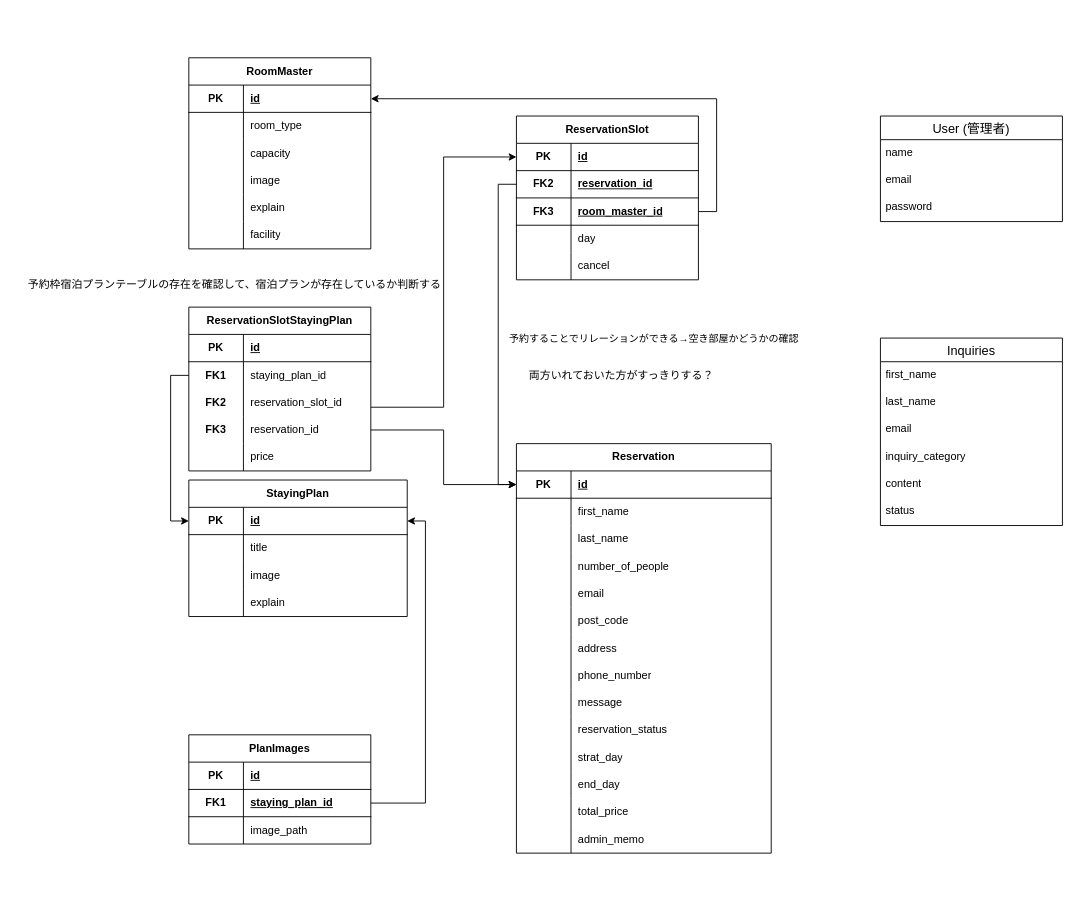
your-school/reserve keeps this draw.io diagram as ER図.drawio. Above is the earlier version. Source tidied: cells renumbered, new cells numbered last; positions are measured from the earlier drawing's top-left corner, leaving out a move shared by most shapes. Both pictures are drawn from the tidied source at 91%, with x=0, y=0 at pixel (15, 57).
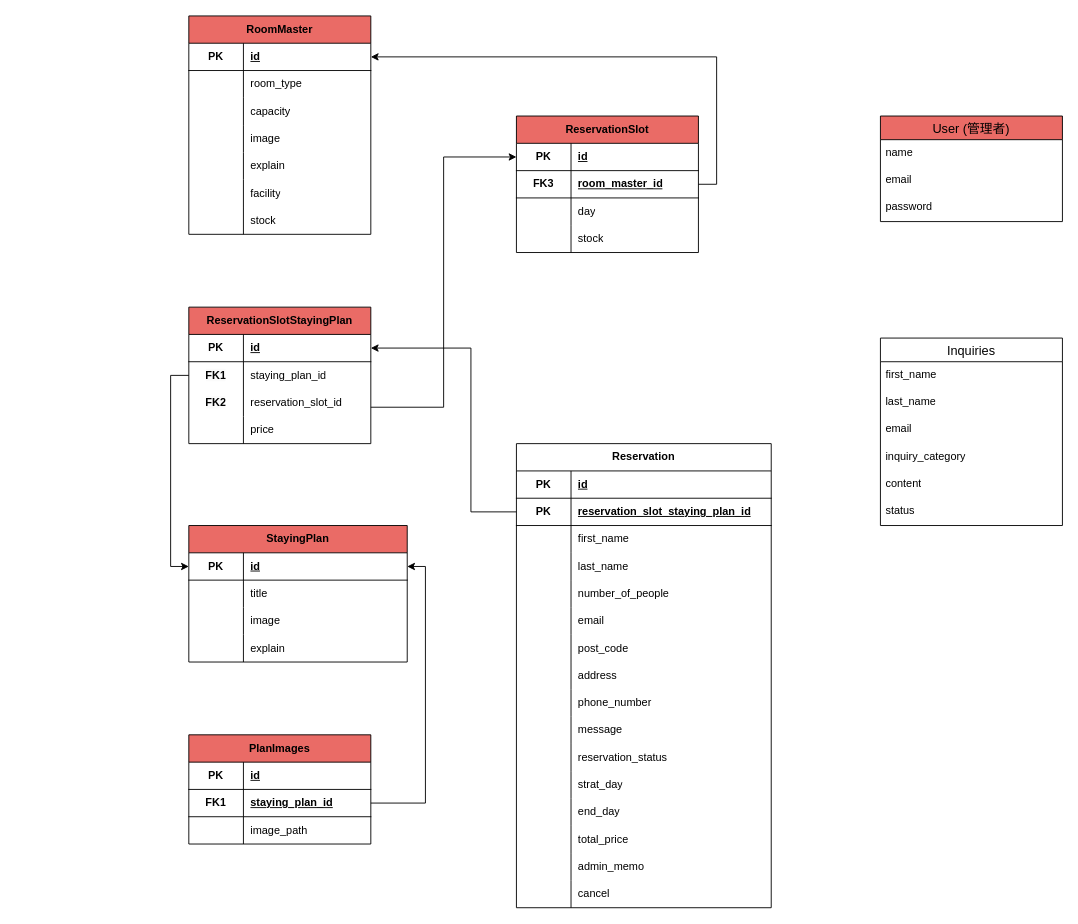
After the change.

Commit message:
ER図.drawio を更新します

The change refers to these unchanged cells:
```xml
<mxCell id="3" style="shape=tableRow;horizontal=0;startSize=0;swimlaneHead=0;swimlaneBody=0;fillColor=none;points=[[0,0.5],[1,0.5]];portConstraint=eastwest;top=0;left=0;right=0;bottom=1;html=1;" parent="2" vertex="1">
  <mxGeometry y="30" width="280" height="30" as="geometry" />
</mxCell>
<mxCell id="88" style="shape=tableRow;horizontal=0;startSize=0;swimlaneHead=0;swimlaneBody=0;fillColor=none;points=[[0,0.5],[1,0.5]];portConstraint=eastwest;top=0;left=0;right=0;bottom=1;html=1;" parent="87" vertex="1">
  <mxGeometry y="30" width="200" height="30" as="geometry" />
</mxCell>
```

The edit, as a diff of the source:
```diff
@@
     <mxCell id="2" value="Reservation" style="shape=table;startSize=30;childLayout=tableLayout;rowLines=0;fontStyle=1;align=center;html=1;whiteSpace=wrap;" parent="1" vertex="1">
-      <mxGeometry x="550" y="424" width="280" height="450" as="geometry" />
+      <mxGeometry x="550" y="424" width="280" height="510" as="geometry" />
     </mxCell>
@@
+    <mxCell id="139" style="shape=tableRow;horizontal=0;startSize=0;swimlaneHead=0;swimlaneBody=0;fillColor=none;points=[[0,0.5],[1,0.5]];portConstraint=eastwest;top=0;left=0;right=0;bottom=1;html=1;" parent="2" vertex="1">
+      <mxGeometry y="60" width="280" height="30" as="geometry" />
+    </mxCell>
+    <mxCell id="140" value="PK" style="shape=partialRectangle;fillColor=none;top=0;left=0;bottom=0;right=0;fontStyle=1;overflow=hidden;html=1;whiteSpace=wrap;" parent="139" vertex="1">
+      <mxGeometry width="60" height="30" as="geometry" />
+    </mxCell>
+    <mxCell id="141" value="reservation_slot_staying_plan_id" style="shape=partialRectangle;fillColor=none;top=0;left=0;bottom=0;right=0;align=left;spacingLeft=6;fontStyle=5;overflow=hidden;html=1;whiteSpace=wrap;" parent="139" vertex="1">
+      <mxGeometry x="60" width="220" height="30" as="geometry" />
+    </mxCell>
     <mxCell id="6" style="shape=tableRow;horizontal=0;startSize=0;swimlaneHead=0;swimlaneBody=0;fillColor=none;top=0;left=0;right=0;bottom=0;html=1;" parent="2" vertex="1">
-      <mxGeometry y="60" width="280" height="30" as="geometry" />
+      <mxGeometry y="90" width="280" height="30" as="geometry" />
     </mxCell>
@@
     <mxCell id="9" style="shape=tableRow;horizontal=0;startSize=0;swimlaneHead=0;swimlaneBody=0;fillColor=none;top=0;left=0;right=0;bottom=0;html=1;" parent="2" vertex="1">
-      <mxGeometry y="90" width="280" height="30" as="geometry" />
+      <mxGeometry y="120" width="280" height="30" as="geometry" />
     </mxCell>
@@
     <mxCell id="12" style="shape=tableRow;horizontal=0;startSize=0;swimlaneHead=0;swimlaneBody=0;fillColor=none;top=0;left=0;right=0;bottom=0;html=1;" parent="2" vertex="1">
-      <mxGeometry y="120" width="280" height="30" as="geometry" />
+      <mxGeometry y="150" width="280" height="30" as="geometry" />
     </mxCell>
@@
     <mxCell id="15" style="shape=tableRow;horizontal=0;startSize=0;swimlaneHead=0;swimlaneBody=0;fillColor=none;top=0;left=0;right=0;bottom=0;html=1;" parent="2" vertex="1">
-      <mxGeometry y="150" width="280" height="30" as="geometry" />
+      <mxGeometry y="180" width="280" height="30" as="geometry" />
     </mxCell>
@@
     <mxCell id="18" style="shape=tableRow;horizontal=0;startSize=0;swimlaneHead=0;swimlaneBody=0;fillColor=none;top=0;left=0;right=0;bottom=0;html=1;" parent="2" vertex="1">
-      <mxGeometry y="180" width="280" height="30" as="geometry" />
+      <mxGeometry y="210" width="280" height="30" as="geometry" />
     </mxCell>
@@
     <mxCell id="21" style="shape=tableRow;horizontal=0;startSize=0;swimlaneHead=0;swimlaneBody=0;fillColor=none;top=0;left=0;right=0;bottom=0;html=1;" parent="2" vertex="1">
-      <mxGeometry y="210" width="280" height="30" as="geometry" />
+      <mxGeometry y="240" width="280" height="30" as="geometry" />
     </mxCell>
@@
     <mxCell id="24" style="shape=tableRow;horizontal=0;startSize=0;swimlaneHead=0;swimlaneBody=0;fillColor=none;top=0;left=0;right=0;bottom=0;html=1;" parent="2" vertex="1">
-      <mxGeometry y="240" width="280" height="30" as="geometry" />
+      <mxGeometry y="270" width="280" height="30" as="geometry" />
     </mxCell>
@@
     <mxCell id="27" style="shape=tableRow;horizontal=0;startSize=0;swimlaneHead=0;swimlaneBody=0;fillColor=none;top=0;left=0;right=0;bottom=0;html=1;" parent="2" vertex="1">
-      <mxGeometry y="270" width="280" height="30" as="geometry" />
+      <mxGeometry y="300" width="280" height="30" as="geometry" />
     </mxCell>
@@
     <mxCell id="30" style="shape=tableRow;horizontal=0;startSize=0;swimlaneHead=0;swimlaneBody=0;fillColor=none;top=0;left=0;right=0;bottom=0;html=1;" parent="2" vertex="1">
-      <mxGeometry y="300" width="280" height="30" as="geometry" />
+      <mxGeometry y="330" width="280" height="30" as="geometry" />
     </mxCell>
@@
     <mxCell id="33" style="shape=tableRow;horizontal=0;startSize=0;swimlaneHead=0;swimlaneBody=0;fillColor=none;top=0;left=0;right=0;bottom=0;html=1;" parent="2" vertex="1">
-      <mxGeometry y="330" width="280" height="30" as="geometry" />
+      <mxGeometry y="360" width="280" height="30" as="geometry" />
     </mxCell>
@@
     <mxCell id="36" style="shape=tableRow;horizontal=0;startSize=0;swimlaneHead=0;swimlaneBody=0;fillColor=none;top=0;left=0;right=0;bottom=0;html=1;" parent="2" vertex="1">
-      <mxGeometry y="360" width="280" height="30" as="geometry" />
+      <mxGeometry y="390" width="280" height="30" as="geometry" />
     </mxCell>
@@
     <mxCell id="39" style="shape=tableRow;horizontal=0;startSize=0;swimlaneHead=0;swimlaneBody=0;fillColor=none;top=0;left=0;right=0;bottom=0;html=1;" parent="2" vertex="1">
-      <mxGeometry y="390" width="280" height="30" as="geometry" />
+      <mxGeometry y="420" width="280" height="30" as="geometry" />
     </mxCell>
@@
     <mxCell id="42" style="shape=tableRow;horizontal=0;startSize=0;swimlaneHead=0;swimlaneBody=0;fillColor=none;top=0;left=0;right=0;bottom=0;html=1;" parent="2" vertex="1">
-      <mxGeometry y="420" width="280" height="30" as="geometry" />
+      <mxGeometry y="450" width="280" height="30" as="geometry" />
     </mxCell>
@@
+    <mxCell id="142" style="shape=tableRow;horizontal=0;startSize=0;swimlaneHead=0;swimlaneBody=0;fillColor=none;top=0;left=0;right=0;bottom=0;html=1;" parent="2" vertex="1">
+      <mxGeometry y="480" width="280" height="30" as="geometry" />
+    </mxCell>
+    <mxCell id="143" style="shape=partialRectangle;fillColor=none;top=0;left=0;bottom=0;right=0;overflow=hidden;html=1;whiteSpace=wrap;" parent="142" vertex="1">
+      <mxGeometry width="60" height="30" as="geometry" />
+    </mxCell>
+    <mxCell id="144" value="cancel" style="shape=partialRectangle;fillColor=none;top=0;left=0;bottom=0;right=0;align=left;spacingLeft=6;overflow=hidden;html=1;whiteSpace=wrap;" parent="142" vertex="1">
+      <mxGeometry x="60" width="220" height="30" as="geometry" />
+    </mxCell>
-    <mxCell id="45" value="StayingPlan" style="shape=table;startSize=30;childLayout=tableLayout;rowLines=0;fontStyle=1;align=center;html=1;whiteSpace=wrap;" parent="1" vertex="1">
-      <mxGeometry x="190" y="464" width="240" height="150" as="geometry" />
+    <mxCell id="45" value="StayingPlan" style="shape=table;startSize=30;childLayout=tableLayout;rowLines=0;fontStyle=1;align=center;html=1;whiteSpace=wrap;fillColor=#EA6B66;" parent="1" vertex="1">
+      <mxGeometry x="190" y="514" width="240" height="150" as="geometry" />
     </mxCell>
@@
-    <mxCell id="58" value="ReservationSlot" style="shape=table;startSize=30;childLayout=tableLayout;rowLines=0;fontStyle=1;align=center;html=1;whiteSpace=wrap;" parent="1" vertex="1">
-      <mxGeometry x="550" y="64" width="200" height="180" as="geometry" />
+    <mxCell id="58" value="ReservationSlot" style="shape=table;startSize=30;childLayout=tableLayout;rowLines=0;fontStyle=1;align=center;html=1;whiteSpace=wrap;fillColor=#EA6B66;" parent="1" vertex="1">
+      <mxGeometry x="550" y="64" width="200" height="150" as="geometry" />
     </mxCell>
@@
-    <mxCell id="62" style="shape=tableRow;horizontal=0;startSize=0;swimlaneHead=0;swimlaneBody=0;fillColor=none;points=[[0,0.5],[1,0.5]];portConstraint=eastwest;top=0;left=0;right=0;bottom=1;html=1;" parent="58" vertex="1">
-      <mxGeometry y="60" width="200" height="30" as="geometry" />
-    </mxCell>
-    <mxCell id="63" value="FK2" style="shape=partialRectangle;fillColor=none;top=0;left=0;bottom=0;right=0;fontStyle=1;overflow=hidden;html=1;whiteSpace=wrap;" parent="62" vertex="1">
-      <mxGeometry width="60" height="30" as="geometry" />
-    </mxCell>
-    <mxCell id="64" value="reservation_id" style="shape=partialRectangle;fillColor=none;top=0;left=0;bottom=0;right=0;align=left;spacingLeft=6;fontStyle=5;overflow=hidden;html=1;whiteSpace=wrap;" parent="62" vertex="1">
-      <mxGeometry x="60" width="140" height="30" as="geometry" />
-    </mxCell>
     <mxCell id="65" style="shape=tableRow;horizontal=0;startSize=0;swimlaneHead=0;swimlaneBody=0;fillColor=none;points=[[0,0.5],[1,0.5]];portConstraint=eastwest;top=0;left=0;right=0;bottom=1;html=1;" parent="58" vertex="1">
-      <mxGeometry y="90" width="200" height="30" as="geometry" />
+      <mxGeometry y="60" width="200" height="30" as="geometry" />
     </mxCell>
@@
     <mxCell id="68" style="shape=tableRow;horizontal=0;startSize=0;swimlaneHead=0;swimlaneBody=0;fillColor=none;top=0;left=0;right=0;bottom=0;html=1;" parent="58" vertex="1">
-      <mxGeometry y="120" width="200" height="30" as="geometry" />
+      <mxGeometry y="90" width="200" height="30" as="geometry" />
     </mxCell>
@@
     <mxCell id="71" style="shape=tableRow;horizontal=0;startSize=0;swimlaneHead=0;swimlaneBody=0;fillColor=none;top=0;left=0;right=0;bottom=0;html=1;" parent="58" vertex="1">
-      <mxGeometry y="150" width="200" height="30" as="geometry" />
+      <mxGeometry y="120" width="200" height="30" as="geometry" />
     </mxCell>
@@
-    <mxCell id="73" value="cancel" style="shape=partialRectangle;fillColor=none;top=0;left=0;bottom=0;right=0;align=left;spacingLeft=6;overflow=hidden;html=1;whiteSpace=wrap;" parent="71" vertex="1">
+    <mxCell id="73" value="stock" style="shape=partialRectangle;fillColor=none;top=0;left=0;bottom=0;right=0;align=left;spacingLeft=6;overflow=hidden;html=1;whiteSpace=wrap;" parent="71" vertex="1">
       <mxGeometry x="60" width="140" height="30" as="geometry" />
     </mxCell>
@@
-    <mxCell id="81" value="User (管理者)" style="swimlane;fontStyle=0;horizontal=1;startSize=26;align=center;fontSize=14;" parent="1" vertex="1">
-      <mxGeometry x="950" y="64" width="200" height="116" as="geometry" />
-    </mxCell>
-    <mxCell id="82" value="name" style="text;strokeColor=none;fillColor=none;spacingLeft=4;spacingRight=4;overflow=hidden;fontSize=12;whiteSpace=wrap;html=1;" parent="81" vertex="1">
-      <mxGeometry y="26" width="200" height="30" as="geometry" />
-    </mxCell>
-    <mxCell id="83" value="email" style="text;strokeColor=none;fillColor=none;spacingLeft=4;spacingRight=4;overflow=hidden;fontSize=12;whiteSpace=wrap;html=1;" parent="81" vertex="1">
-      <mxGeometry y="56" width="200" height="30" as="geometry" />
-    </mxCell>
-    <mxCell id="84" value="password" style="text;strokeColor=none;fillColor=none;spacingLeft=4;spacingRight=4;overflow=hidden;fontSize=12;whiteSpace=wrap;html=1;" parent="81" vertex="1">
-      <mxGeometry y="86" width="200" height="30" as="geometry" />
-    </mxCell>
-    <mxCell id="85" style="edgeStyle=orthogonalEdgeStyle;rounded=0;jettySize=auto;html=1;exitX=0;exitY=0.5;exitDx=0;exitDy=0;entryX=0;entryY=0.5;entryDx=0;entryDy=0;" parent="1" edge="1" source="62" target="3">
-      <mxGeometry relative="1" as="geometry" />
-    </mxCell>
-    <mxCell id="86" value="予約することでリレーションができる→空き部屋かどうかの確認" style="edgeLabel;html=1;align=center;verticalAlign=middle;" parent="85" vertex="1">
-      <mxGeometry x="0.23" y="-1" relative="1" as="geometry">
-        <mxPoint x="171" y="-39" as="offset" />
-      </mxGeometry>
-    </mxCell>
-    <mxCell id="87" value="ReservationSlotStayingPlan" style="shape=table;startSize=30;childLayout=tableLayout;rowLines=0;fontStyle=1;align=center;html=1;whiteSpace=wrap;" parent="1" vertex="1">
-      <mxGeometry x="190" y="274" width="200" height="180" as="geometry" />
+    <mxCell id="87" value="ReservationSlotStayingPlan" style="shape=table;startSize=30;childLayout=tableLayout;rowLines=0;fontStyle=1;align=center;html=1;whiteSpace=wrap;fillColor=#EA6B66;" parent="1" vertex="1">
+      <mxGeometry x="190" y="274" width="200" height="150" as="geometry" />
     </mxCell>
@@
-    <mxCell id="97" style="shape=tableRow;horizontal=0;startSize=0;swimlaneHead=0;swimlaneBody=0;fillColor=none;points=[[0,0.5],[1,0.5]];portConstraint=eastwest;top=0;left=0;right=0;bottom=0;html=1;" parent="87" vertex="1">
-      <mxGeometry y="120" width="200" height="30" as="geometry" />
-    </mxCell>
-    <mxCell id="98" value="&lt;span style=&quot;color: rgb(0, 0, 0); font-family: Helvetica; font-size: 12px; font-style: normal; font-variant-ligatures: normal; font-variant-caps: normal; font-weight: 700; letter-spacing: normal; orphans: 2; text-align: center; text-indent: 0px; text-transform: none; widows: 2; word-spacing: 0px; -webkit-text-stroke-width: 0px; background-color: rgb(251, 251, 251); text-decoration-thickness: initial; text-decoration-style: initial; text-decoration-color: initial; float: none; display: inline !important;&quot;&gt;FK3&lt;/span&gt;" style="shape=partialRectangle;fillColor=none;top=0;left=0;bottom=0;right=0;overflow=hidden;html=1;whiteSpace=wrap;" parent="97" vertex="1">
-      <mxGeometry width="60" height="30" as="geometry" />
-    </mxCell>
-    <mxCell id="99" value="reservation_id" style="shape=partialRectangle;fillColor=none;top=0;left=0;bottom=0;right=0;align=left;spacingLeft=6;overflow=hidden;html=1;whiteSpace=wrap;" parent="97" vertex="1">
-      <mxGeometry x="60" width="140" height="30" as="geometry" />
-    </mxCell>
     <mxCell id="100" style="shape=tableRow;horizontal=0;startSize=0;swimlaneHead=0;swimlaneBody=0;fillColor=none;top=0;left=0;right=0;bottom=0;html=1;" parent="87" vertex="1">
-      <mxGeometry y="150" width="200" height="30" as="geometry" />
+      <mxGeometry y="120" width="200" height="30" as="geometry" />
     </mxCell>
@@
-    <mxCell id="103" value="RoomMaster" style="shape=table;startSize=30;childLayout=tableLayout;rowLines=0;fontStyle=1;align=center;html=1;whiteSpace=wrap;" parent="1" vertex="1">
-      <mxGeometry x="190" width="200" height="210" as="geometry" />
+    <mxCell id="103" value="RoomMaster" style="shape=table;startSize=30;childLayout=tableLayout;rowLines=0;fontStyle=1;align=center;html=1;whiteSpace=wrap;fillColor=#EA6B66;" parent="1" vertex="1">
+      <mxGeometry x="190" y="-46" width="200" height="240" as="geometry" />
     </mxCell>
@@
+    <mxCell id="145" style="shape=tableRow;horizontal=0;startSize=0;swimlaneHead=0;swimlaneBody=0;fillColor=none;top=0;left=0;right=0;bottom=0;html=1;" parent="103" vertex="1">
+      <mxGeometry y="180" width="200" height="30" as="geometry" />
+    </mxCell>
+    <mxCell id="146" style="shape=partialRectangle;fillColor=none;top=0;left=0;bottom=0;right=0;overflow=hidden;html=1;whiteSpace=wrap;" parent="145" vertex="1">
+      <mxGeometry width="60" height="30" as="geometry" />
+    </mxCell>
+    <mxCell id="147" value="facility" style="shape=partialRectangle;fillColor=none;top=0;left=0;bottom=0;right=0;align=left;spacingLeft=6;overflow=hidden;html=1;whiteSpace=wrap;" parent="145" vertex="1">
+      <mxGeometry x="60" width="140" height="30" as="geometry" />
+    </mxCell>
     <mxCell id="119" style="shape=tableRow;horizontal=0;startSize=0;swimlaneHead=0;swimlaneBody=0;fillColor=none;top=0;left=0;right=0;bottom=0;html=1;" parent="103" vertex="1">
-      <mxGeometry y="180" width="200" height="30" as="geometry" />
+      <mxGeometry y="210" width="200" height="30" as="geometry" />
     </mxCell>
@@
-    <mxCell id="121" value="facility" style="shape=partialRectangle;fillColor=none;top=0;left=0;bottom=0;right=0;align=left;spacingLeft=6;overflow=hidden;html=1;whiteSpace=wrap;" parent="119" vertex="1">
+    <mxCell id="121" value="stock" style="shape=partialRectangle;fillColor=none;top=0;left=0;bottom=0;right=0;align=left;spacingLeft=6;overflow=hidden;html=1;whiteSpace=wrap;" parent="119" vertex="1">
       <mxGeometry x="60" width="140" height="30" as="geometry" />
     </mxCell>
-    <mxCell id="122" value="PlanImages" style="shape=table;startSize=30;childLayout=tableLayout;rowLines=0;fontStyle=1;align=center;html=1;whiteSpace=wrap;" parent="1" vertex="1">
+    <mxCell id="122" value="PlanImages" style="shape=table;startSize=30;childLayout=tableLayout;rowLines=0;fontStyle=1;align=center;html=1;whiteSpace=wrap;fillColor=#EA6B66;" parent="1" vertex="1">
       <mxGeometry x="190" y="744" width="200" height="120" as="geometry" />
     </mxCell>
@@
-    <mxCell id="134" value="予約枠宿泊プランテーブルの存在を確認して、宿泊プランが存在しているか判断する" style="text;html=1;align=center;verticalAlign=middle;strokeColor=none;fillColor=none;" parent="1" vertex="1">
-      <mxGeometry y="234" width="480" height="30" as="geometry" />
-    </mxCell>
@@
-    <mxCell id="137" style="edgeStyle=orthogonalEdgeStyle;rounded=0;jettySize=auto;html=1;exitX=1;exitY=0.5;exitDx=0;exitDy=0;entryX=0;entryY=0.5;entryDx=0;entryDy=0;" parent="1" edge="1" source="97" target="3">
-      <mxGeometry relative="1" as="geometry" />
-    </mxCell>
-    <mxCell id="138" value="両方いれておいた方がすっきりする？" style="text;html=1;align=center;verticalAlign=middle;strokeColor=none;fillColor=none;" parent="1" vertex="1">
-      <mxGeometry x="550" y="334" width="230" height="30" as="geometry" />
-    </mxCell>
+    <mxCell id="148" style="edgeStyle=orthogonalEdgeStyle;rounded=0;jettySize=auto;html=1;exitX=0;exitY=0.5;exitDx=0;exitDy=0;entryX=1;entryY=0.5;entryDx=0;entryDy=0;" parent="1" edge="1" source="139" target="88">
+      <mxGeometry relative="1" as="geometry">
+        <Array as="points">
+          <mxPoint x="500" y="499" />
+          <mxPoint x="500" y="319" />
+        </Array>
+      </mxGeometry>
+    </mxCell>
+    <mxCell id="81" value="User (管理者)" style="swimlane;fontStyle=0;horizontal=1;startSize=26;align=center;fontSize=14;fillColor=#EA6B66;" parent="1" vertex="1">
+      <mxGeometry x="950" y="64" width="200" height="116" as="geometry" />
+    </mxCell>
+    <mxCell id="82" value="name" style="text;strokeColor=none;fillColor=none;spacingLeft=4;spacingRight=4;overflow=hidden;fontSize=12;whiteSpace=wrap;html=1;" parent="81" vertex="1">
+      <mxGeometry y="26" width="200" height="30" as="geometry" />
+    </mxCell>
+    <mxCell id="83" value="email" style="text;strokeColor=none;fillColor=none;spacingLeft=4;spacingRight=4;overflow=hidden;fontSize=12;whiteSpace=wrap;html=1;" parent="81" vertex="1">
+      <mxGeometry y="56" width="200" height="30" as="geometry" />
+    </mxCell>
+    <mxCell id="84" value="password" style="text;strokeColor=none;fillColor=none;spacingLeft=4;spacingRight=4;overflow=hidden;fontSize=12;whiteSpace=wrap;html=1;" parent="81" vertex="1">
+      <mxGeometry y="86" width="200" height="30" as="geometry" />
+    </mxCell>
```
